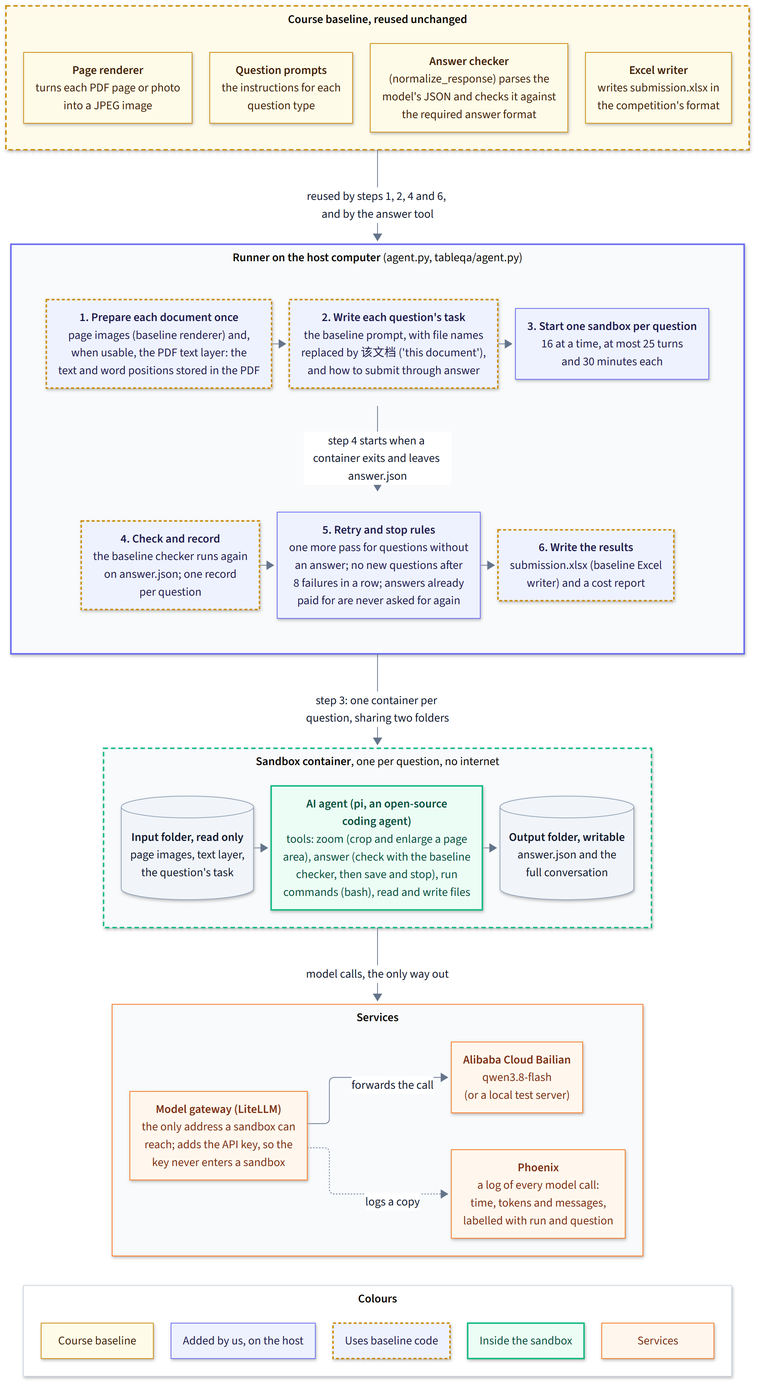
The Mermaid diagram docs/diagrams/architecture.png in eric15342335/AIFep-FDU.github.io, before a commit. Its source is kept beside it as docs/diagrams/architecture.mmd.
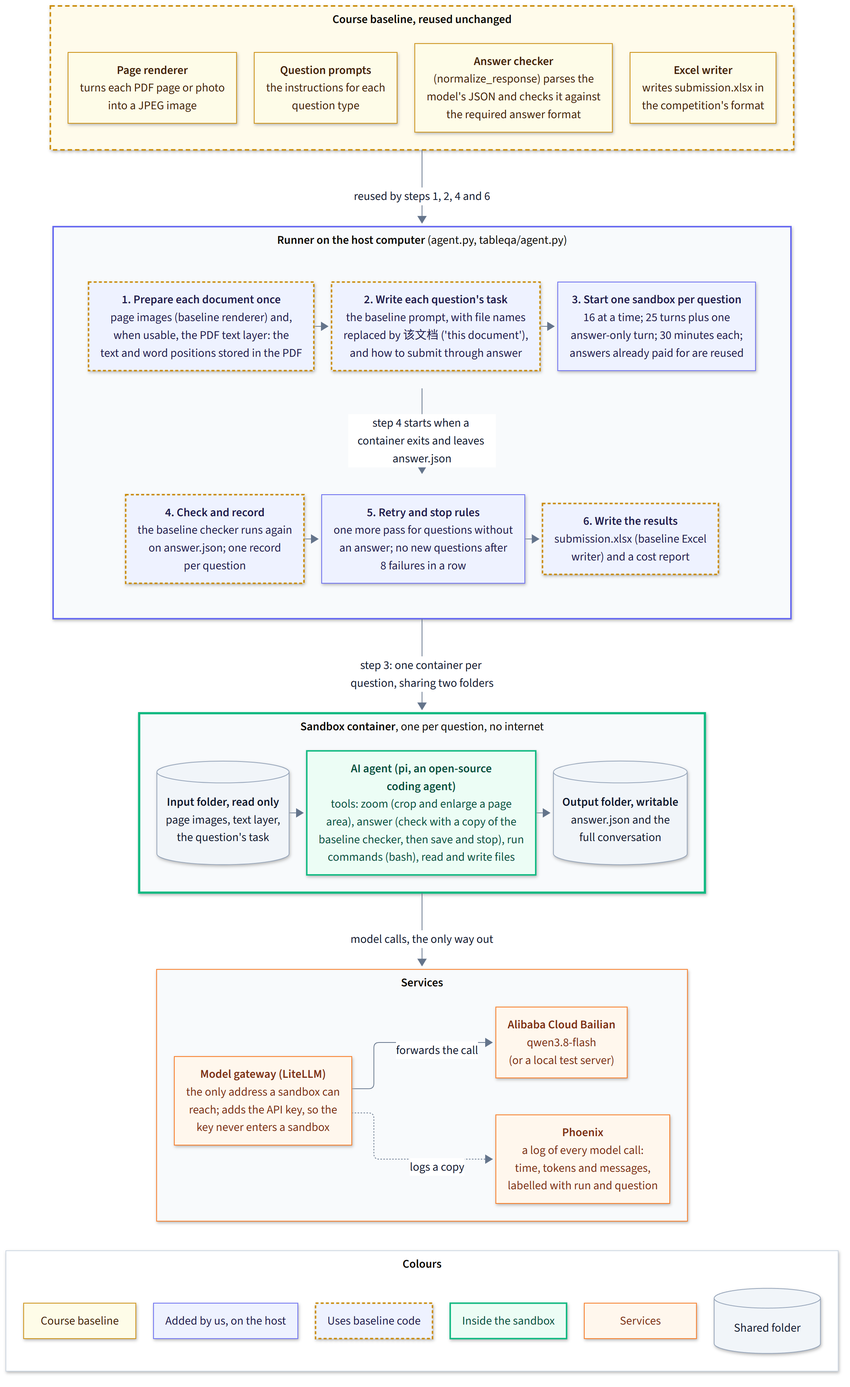
Later version of the same file.

Change to the diagram source:
```diff
@@ -15,13 +15,13 @@
             direction LR
             prep["<b>1. Prepare each document once</b><br/>page images (baseline renderer) and,<br/>when usable, the PDF text layer: the<br/>text and word positions stored in the PDF"]
             task["<b>2. Write each question's task</b><br/>the baseline prompt, with file names<br/>replaced by 该文档 ('this document'),<br/>and how to submit through answer"]
-            start["<b>3. Start one sandbox per question</b><br/>16 at a time, at most 25 turns<br/>and 30 minutes each"]
+            start["<b>3. Start one sandbox per question</b><br/>16 at a time; 25 turns plus one<br/>answer-only turn; 30 minutes each;<br/>answers already paid for are reused"]
             prep --> task --> start
         end
         subgraph ROW2[" "]
             direction LR
             check["<b>4. Check and record</b><br/>the baseline checker runs again<br/>on answer.json; one record<br/>per question"]
-            retry["<b>5. Retry and stop rules</b><br/>one more pass for questions without<br/>an answer; no new questions after<br/>8 failures in a row; answers already<br/>paid for are never asked for again"]
+            retry["<b>5. Retry and stop rules</b><br/>one more pass for questions without<br/>an answer; no new questions after<br/>8 failures in a row"]
             out["<b>6. Write the results</b><br/>submission.xlsx (baseline Excel<br/>writer) and a cost report"]
             check --> retry --> out
         end
@@ -31,7 +31,7 @@
     subgraph BOX["<b>Sandbox container</b>, one per question, no internet"]
         direction LR
         input[("<b>Input folder, read only</b><br/>page images, text layer,<br/>the question's task")]
-        agent["<b>AI agent (pi, an open-source<br/>coding agent)</b><br/>tools: zoom (crop and enlarge a page<br/>area), answer (check with the baseline<br/>checker, then save and stop), run<br/>commands (bash), read and write files"]
+        agent["<b>AI agent (pi, an open-source<br/>coding agent)</b><br/>tools: zoom (crop and enlarge a page<br/>area), answer (check with a copy of the<br/>baseline checker, then save and stop), run<br/>commands (bash), read and write files"]
         output[("<b>Output folder, writable</b><br/>answer.json and the<br/>full conversation")]
         input --> agent --> output
     end
@@ -47,10 +47,10 @@
 
     subgraph KEY["<b>Colours</b>"]
         direction LR
-        k1["Course baseline"] ~~~ k2["Added by us, on the host"] ~~~ k4["Uses baseline code"] ~~~ k3["Inside the sandbox"] ~~~ k5["Services"]
+        k1["Course baseline"] ~~~ k2["Added by us, on the host"] ~~~ k4["Uses baseline code"] ~~~ k3["Inside the sandbox"] ~~~ k5["Services"] ~~~ k6[("Shared folder")]
     end
 
-    BASE -- "reused by steps 1, 2, 4 and 6, and by the answer tool" --> HOST
+    BASE -- "reused by steps 1, 2, 4 and 6" --> HOST
     HOST -- "step 3: one container per question, sharing two folders" --> BOX
     BOX -- "model calls, the only way out" --> SVC
     SVC ~~~ KEY
@@ -65,12 +65,12 @@
     class start,retry,k2 host
     class prep,task,check,out,k4 usesBase
     class agent,k3 box
-    class input,output folder
+    class input,output,k6 folder
     class gw,model,trace,k5 ext
     style BASE fill:#fffbeb,stroke:#ca8a04,stroke-width:2px,stroke-dasharray:6 4
     style HOST fill:#f8fafc,stroke:#6366f1,stroke-width:2px
     style ROW1 fill:none,stroke:none
     style ROW2 fill:none,stroke:none
-    style BOX fill:#f8fafc,stroke:#10b981,stroke-width:2px,stroke-dasharray:6 4
+    style BOX fill:#f8fafc,stroke:#10b981,stroke-width:3px
     style SVC fill:#f8fafc,stroke:#f97316
     style KEY fill:#ffffff,stroke:#cbd5e1
```
